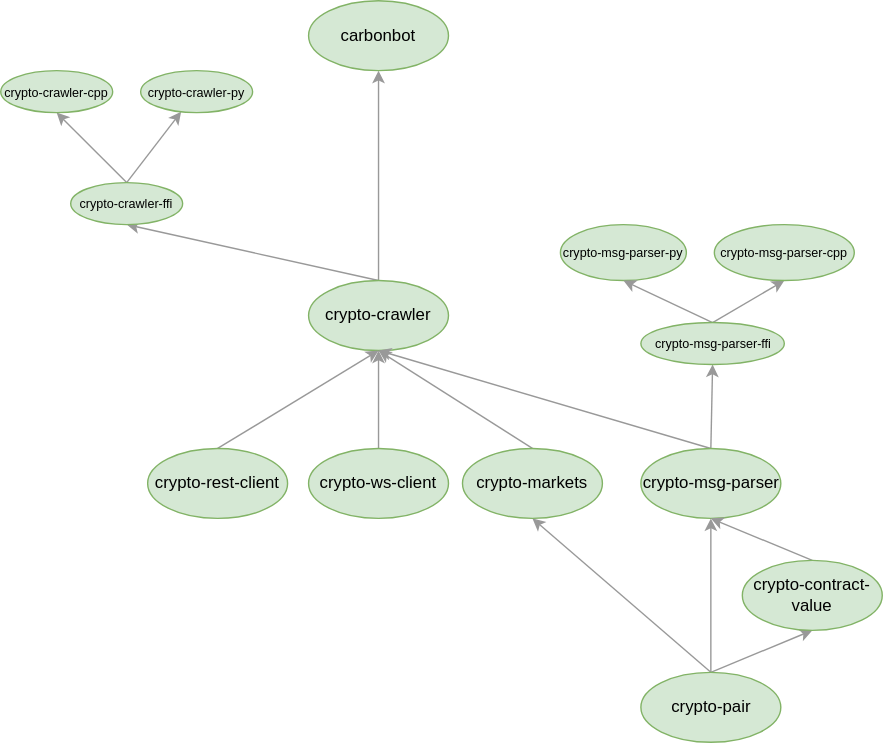
crypto-crawler/crypto-crawler-rs keeps this draw.io diagram as dependency-tree.svg. Above is the earlier version. Source tidied: cells renumbered, new cells last; positions are measured from the earlier drawing's top-left corner, leaving out a move shared by most shapes.
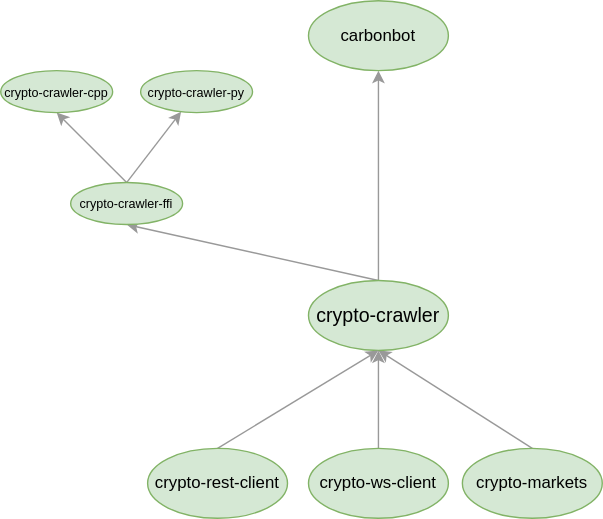
After the change.

Commit message:
Moved crypto-msg-parser to a standalone repo

Change to the diagram source:
```diff
@@ -2,92 +2,50 @@
   <root>
     <mxCell id="0" />
     <mxCell id="1" parent="0" />
-    <mxCell id="2" style="rounded=0;jettySize=auto;html=1;entryX=0.5;entryY=1;entryDx=0;entryDy=0;exitX=0.5;exitY=0;exitDx=0;exitDy=0;strokeColor=#999999;" parent="1" edge="1" source="5" target="19">
+    <mxCell id="2" style="edgeStyle=none;rounded=0;jettySize=auto;html=1;exitX=0.5;exitY=0;exitDx=0;exitDy=0;entryX=0.5;entryY=1;entryDx=0;entryDy=0;strokeColor=#999999;" parent="1" edge="1" source="3" target="7">
       <mxGeometry relative="1" as="geometry" />
     </mxCell>
-    <mxCell id="3" style="rounded=0;jettySize=auto;html=1;exitX=0.5;exitY=0;exitDx=0;exitDy=0;entryX=0.5;entryY=1;entryDx=0;entryDy=0;strokeColor=#999999;" parent="1" edge="1" source="5" target="21">
-      <mxGeometry relative="1" as="geometry" />
+    <mxCell id="3" value="crypto-markets" style="ellipse;whiteSpace=wrap;html=1;fillColor=#d5e8d4;strokeColor=#82b366;" parent="1" vertex="1">
+      <mxGeometry x="330" y="320" width="100" height="50" as="geometry" />
     </mxCell>
-    <mxCell id="4" style="rounded=0;jettySize=auto;html=1;exitX=0.5;exitY=0;exitDx=0;exitDy=0;entryX=0.5;entryY=1;entryDx=0;entryDy=0;strokeColor=#999999;" parent="1" edge="1" source="5" target="7">
+    <mxCell id="4" style="rounded=0;jettySize=auto;html=1;exitX=0.5;exitY=0;exitDx=0;exitDy=0;strokeColor=#999999;" parent="1" edge="1" source="15" target="13">
       <mxGeometry relative="1" as="geometry" />
     </mxCell>
-    <mxCell id="5" value="crypto-pair" style="ellipse;whiteSpace=wrap;html=1;fillColor=#d5e8d4;strokeColor=#82b366;" parent="1" vertex="1">
-      <mxGeometry x="457.5" y="480" width="100" height="50" as="geometry" />
+    <mxCell id="5" style="rounded=0;jettySize=auto;html=1;exitX=0.5;exitY=0;exitDx=0;exitDy=0;entryX=0.5;entryY=1;entryDx=0;entryDy=0;strokeColor=#999999;" parent="1" edge="1" source="7" target="15">
+      <mxGeometry relative="1" as="geometry" />
     </mxCell>
-    <mxCell id="6" style="edgeStyle=none;rounded=0;jettySize=auto;html=1;exitX=0.5;exitY=0;exitDx=0;exitDy=0;entryX=0.5;entryY=1;entryDx=0;entryDy=0;strokeColor=#999999;" parent="1" edge="1" source="7" target="11">
+    <mxCell id="6" style="edgeStyle=none;rounded=0;jettySize=auto;html=1;exitX=0.5;exitY=0;exitDx=0;exitDy=0;entryX=0.5;entryY=1;entryDx=0;entryDy=0;strokeColor=#999999;" parent="1" edge="1" source="7" target="10">
       <mxGeometry relative="1" as="geometry" />
     </mxCell>
-    <mxCell id="7" value="crypto-markets" style="ellipse;whiteSpace=wrap;html=1;fillColor=#d5e8d4;strokeColor=#82b366;" parent="1" vertex="1">
-      <mxGeometry x="330" y="320" width="100" height="50" as="geometry" />
+    <mxCell id="7" value="&lt;font style=&quot;font-size: 14px;&quot;&gt;crypto-crawler&lt;/font&gt;" style="ellipse;whiteSpace=wrap;html=1;fillColor=#d5e8d4;strokeColor=#82b366;" parent="1" vertex="1">
+      <mxGeometry x="220" y="200" width="100" height="50" as="geometry" />
     </mxCell>
-    <mxCell id="8" style="rounded=0;jettySize=auto;html=1;exitX=0.5;exitY=0;exitDx=0;exitDy=0;strokeColor=#999999;" parent="1" edge="1" source="25" target="22">
+    <mxCell id="8" style="edgeStyle=none;rounded=0;jettySize=auto;html=1;exitX=0.5;exitY=0;exitDx=0;exitDy=0;entryX=0.5;entryY=1;entryDx=0;entryDy=0;strokeColor=#999999;" parent="1" edge="1" source="9" target="7">
       <mxGeometry relative="1" as="geometry" />
     </mxCell>
-    <mxCell id="9" style="rounded=0;jettySize=auto;html=1;exitX=0.5;exitY=0;exitDx=0;exitDy=0;entryX=0.5;entryY=1;entryDx=0;entryDy=0;strokeColor=#999999;" parent="1" edge="1" source="11" target="25">
-      <mxGeometry relative="1" as="geometry" />
+    <mxCell id="9" value="crypto-ws-client" style="ellipse;whiteSpace=wrap;html=1;fillColor=#d5e8d4;strokeColor=#82b366;" parent="1" vertex="1">
+      <mxGeometry x="220" y="320" width="100" height="50" as="geometry" />
     </mxCell>
-    <mxCell id="10" style="edgeStyle=none;rounded=0;jettySize=auto;html=1;exitX=0.5;exitY=0;exitDx=0;exitDy=0;entryX=0.5;entryY=1;entryDx=0;entryDy=0;strokeColor=#999999;" parent="1" edge="1" source="11" target="14">
-      <mxGeometry relative="1" as="geometry" />
+    <mxCell id="10" value="&lt;font style=&quot;font-size: 12px;&quot;&gt;carbonbot&lt;/font&gt;" style="ellipse;whiteSpace=wrap;html=1;fillColor=#d5e8d4;strokeColor=#82b366;" parent="1" vertex="1">
+      <mxGeometry x="220" width="100" height="50" as="geometry" />
     </mxCell>
-    <mxCell id="11" value="crypto-crawler" style="ellipse;whiteSpace=wrap;html=1;fillColor=#d5e8d4;strokeColor=#82b366;" parent="1" vertex="1">
-      <mxGeometry x="220" y="200" width="100" height="50" as="geometry" />
+    <mxCell id="11" style="edgeStyle=none;rounded=0;jettySize=auto;html=1;exitX=0.5;exitY=0;exitDx=0;exitDy=0;entryX=0.5;entryY=1;entryDx=0;entryDy=0;strokeColor=#999999;" parent="1" edge="1" source="12" target="7">
+      <mxGeometry relative="1" as="geometry" />
     </mxCell>
-    <mxCell id="12" style="edgeStyle=none;rounded=0;jettySize=auto;html=1;exitX=0.5;exitY=0;exitDx=0;exitDy=0;entryX=0.5;entryY=1;entryDx=0;entryDy=0;strokeColor=#999999;" parent="1" edge="1" source="13" target="11">
-      <mxGeometry relative="1" as="geometry" />
+    <mxCell id="12" value="crypto-rest-client" style="ellipse;whiteSpace=wrap;html=1;fillColor=#d5e8d4;strokeColor=#82b366;" parent="1" vertex="1">
+      <mxGeometry x="105" y="320" width="100" height="50" as="geometry" />
     </mxCell>
-    <mxCell id="13" value="crypto-ws-client" style="ellipse;whiteSpace=wrap;html=1;fillColor=#d5e8d4;strokeColor=#82b366;" parent="1" vertex="1">
-      <mxGeometry x="220" y="320" width="100" height="50" as="geometry" />
+    <mxCell id="13" value="&lt;font style=&quot;font-size: 9px&quot;&gt;crypto-crawler-py&lt;/font&gt;" style="ellipse;whiteSpace=wrap;html=1;fillColor=#d5e8d4;strokeColor=#82b366;" parent="1" vertex="1">
+      <mxGeometry x="100" y="50" width="80" height="30" as="geometry" />
     </mxCell>
-    <mxCell id="14" value="carbonbot" style="ellipse;whiteSpace=wrap;html=1;fillColor=#d5e8d4;strokeColor=#82b366;" parent="1" vertex="1">
-      <mxGeometry x="220" width="100" height="50" as="geometry" />
+    <mxCell id="14" style="edgeStyle=none;rounded=0;jettySize=auto;html=1;exitX=0.5;exitY=0;exitDx=0;exitDy=0;entryX=0.5;entryY=1;entryDx=0;entryDy=0;strokeColor=#999999;" parent="1" edge="1" source="15" target="16">
+      <mxGeometry relative="1" as="geometry" />
     </mxCell>
-    <mxCell id="15" style="edgeStyle=none;rounded=0;jettySize=auto;html=1;exitX=0.5;exitY=0;exitDx=0;exitDy=0;entryX=0.5;entryY=1;entryDx=0;entryDy=0;strokeColor=#999999;" parent="1" edge="1" source="16" target="11">
-      <mxGeometry relative="1" as="geometry" />
+    <mxCell id="15" value="&lt;font style=&quot;font-size: 9px&quot;&gt;crypto-crawler-ffi&lt;/font&gt;" style="ellipse;whiteSpace=wrap;html=1;fillColor=#d5e8d4;strokeColor=#82b366;" parent="1" vertex="1">
+      <mxGeometry x="50" y="130" width="80" height="30" as="geometry" />
     </mxCell>
-    <mxCell id="16" value="crypto-rest-client" style="ellipse;whiteSpace=wrap;html=1;fillColor=#d5e8d4;strokeColor=#82b366;" parent="1" vertex="1">
-      <mxGeometry x="105" y="320" width="100" height="50" as="geometry" />
+    <mxCell id="16" value="&lt;font style=&quot;font-size: 9px&quot;&gt;crypto-crawler-cpp&lt;/font&gt;" style="ellipse;whiteSpace=wrap;html=1;fillColor=#d5e8d4;strokeColor=#82b366;" parent="1" vertex="1">
+      <mxGeometry y="50" width="80" height="30" as="geometry" />
     </mxCell>
-    <mxCell id="17" style="edgeStyle=none;rounded=0;jettySize=auto;html=1;exitX=0.5;exitY=0;exitDx=0;exitDy=0;entryX=0.5;entryY=1;entryDx=0;entryDy=0;exitPerimeter=0;strokeColor=#999999;" parent="1" edge="1" source="19" target="11">
-      <mxGeometry relative="1" as="geometry" />
-    </mxCell>
-    <mxCell id="18" style="edgeStyle=none;rounded=0;jettySize=auto;html=1;exitX=0.5;exitY=0;exitDx=0;exitDy=0;entryX=0.5;entryY=1;entryDx=0;entryDy=0;strokeColor=#999999;" parent="1" edge="1" source="19" target="29">
-      <mxGeometry relative="1" as="geometry" />
-    </mxCell>
-    <mxCell id="19" value="crypto-msg-parser" style="ellipse;whiteSpace=wrap;html=1;fillColor=#d5e8d4;strokeColor=#82b366;" parent="1" vertex="1">
-      <mxGeometry x="457.5" y="320" width="100" height="50" as="geometry" />
-    </mxCell>
-    <mxCell id="20" style="edgeStyle=none;rounded=0;jettySize=auto;html=1;exitX=0.5;exitY=0;exitDx=0;exitDy=0;entryX=0.5;entryY=1;entryDx=0;entryDy=0;strokeColor=#999999;" parent="1" edge="1" source="21" target="19">
-      <mxGeometry relative="1" as="geometry" />
-    </mxCell>
-    <mxCell id="21" value="crypto-contract-value" style="ellipse;whiteSpace=wrap;html=1;fillColor=#d5e8d4;strokeColor=#82b366;" parent="1" vertex="1">
-      <mxGeometry x="530" y="400" width="100" height="50" as="geometry" />
-    </mxCell>
-    <mxCell id="22" value="&lt;font style=&quot;font-size: 9px&quot;&gt;crypto-crawler-py&lt;/font&gt;" style="ellipse;whiteSpace=wrap;html=1;fillColor=#d5e8d4;strokeColor=#82b366;" parent="1" vertex="1">
-      <mxGeometry x="100" y="50" width="80" height="30" as="geometry" />
-    </mxCell>
-    <mxCell id="23" value="&lt;font style=&quot;font-size: 9px&quot;&gt;crypto-msg-parser-py&lt;/font&gt;" style="ellipse;whiteSpace=wrap;html=1;fillColor=#d5e8d4;strokeColor=#82b366;" parent="1" vertex="1">
-      <mxGeometry x="400" y="160" width="90" height="40" as="geometry" />
-    </mxCell>
-    <mxCell id="24" style="edgeStyle=none;rounded=0;jettySize=auto;html=1;exitX=0.5;exitY=0;exitDx=0;exitDy=0;entryX=0.5;entryY=1;entryDx=0;entryDy=0;strokeColor=#999999;" parent="1" edge="1" source="25" target="26">
-      <mxGeometry relative="1" as="geometry" />
-    </mxCell>
-    <mxCell id="25" value="&lt;font style=&quot;font-size: 9px&quot;&gt;crypto-crawler-ffi&lt;/font&gt;" style="ellipse;whiteSpace=wrap;html=1;fillColor=#d5e8d4;strokeColor=#82b366;" parent="1" vertex="1">
-      <mxGeometry x="50" y="130" width="80" height="30" as="geometry" />
-    </mxCell>
-    <mxCell id="26" value="&lt;font style=&quot;font-size: 9px&quot;&gt;crypto-crawler-cpp&lt;/font&gt;" style="ellipse;whiteSpace=wrap;html=1;fillColor=#d5e8d4;strokeColor=#82b366;" parent="1" vertex="1">
-      <mxGeometry y="50" width="80" height="30" as="geometry" />
-    </mxCell>
-    <mxCell id="27" style="edgeStyle=none;rounded=0;jettySize=auto;html=1;exitX=0.5;exitY=0;exitDx=0;exitDy=0;entryX=0.5;entryY=1;entryDx=0;entryDy=0;strokeColor=#999999;" parent="1" edge="1" source="29" target="30">
-      <mxGeometry relative="1" as="geometry" />
-    </mxCell>
-    <mxCell id="28" style="edgeStyle=none;rounded=0;jettySize=auto;html=1;exitX=0.5;exitY=0;exitDx=0;exitDy=0;entryX=0.5;entryY=1;entryDx=0;entryDy=0;strokeColor=#999999;" parent="1" edge="1" source="29" target="23">
-      <mxGeometry relative="1" as="geometry" />
-    </mxCell>
-    <mxCell id="29" value="&lt;font style=&quot;font-size: 9px&quot;&gt;crypto-msg-parser-ffi&lt;/font&gt;" style="ellipse;whiteSpace=wrap;html=1;fillColor=#d5e8d4;strokeColor=#82b366;" parent="1" vertex="1">
-      <mxGeometry x="457.5" y="230" width="102.5" height="30" as="geometry" />
-    </mxCell>
-    <mxCell id="30" value="&lt;font style=&quot;font-size: 9px&quot;&gt;crypto-msg-parser-cpp&lt;/font&gt;" style="ellipse;whiteSpace=wrap;html=1;fillColor=#d5e8d4;strokeColor=#82b366;" parent="1" vertex="1">
-      <mxGeometry x="510" y="160" width="100" height="40" as="geometry" />
-    </mxCell>
   </root>
 </mxGraphModel>
```
